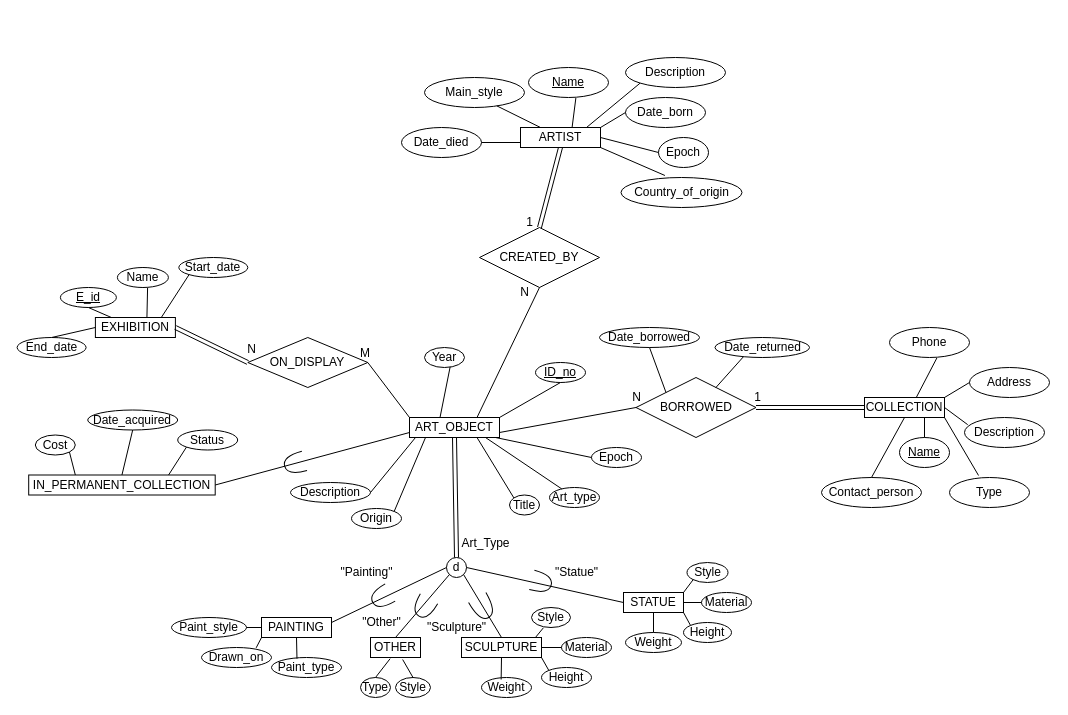
The draw.io diagram database design folder/ERD Diagram.drawio in Maan-Khedr-ENSF-300/museum-project-chantae-katherine, before the edit. Source tidied: cells renumbered, new cells numbered last; positions are measured from the earlier drawing's top-left corner, leaving out a move shared by most shapes. Both pictures are drawn from the tidied source at 100%, with x=0, y=0 at pixel (17, 57).
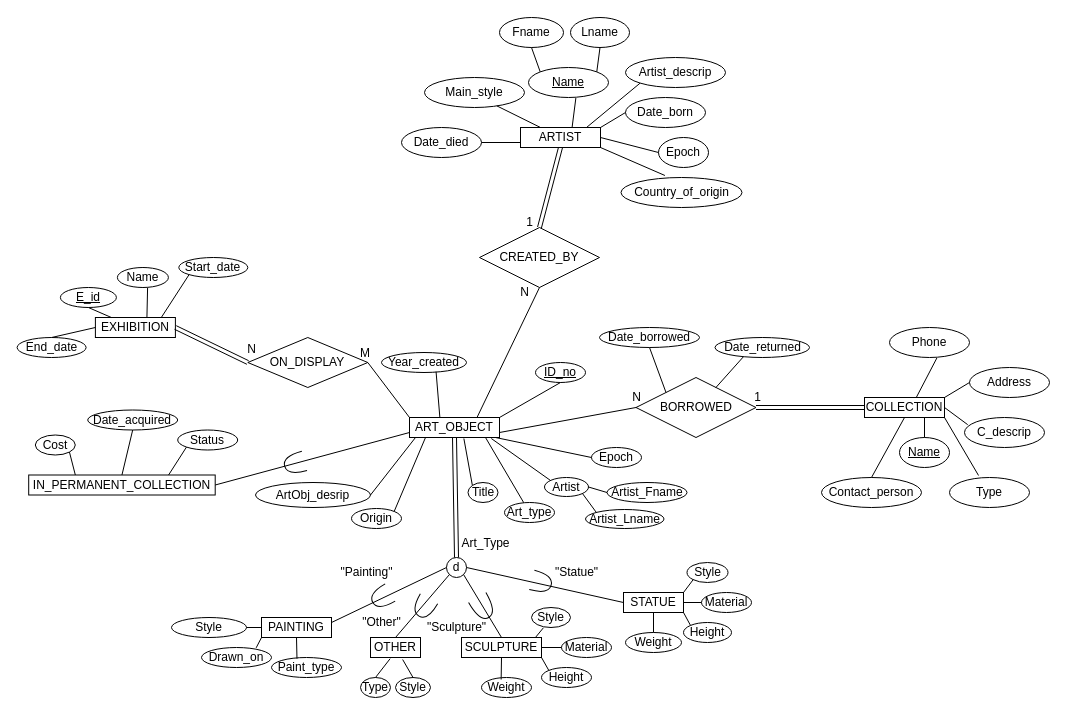
After the change.

Unchanged cells that the change refers to:
```xml
<mxCell id="2" value="ART_OBJECT" style="rounded=0;whiteSpace=wrap;html=1;" parent="1" vertex="1">
  <mxGeometry x="392" y="360" width="90" height="20" as="geometry" />
</mxCell>
<mxCell id="46" value="&lt;u&gt;Name&lt;/u&gt;" style="ellipse;whiteSpace=wrap;html=1;align=center;" parent="1" vertex="1">
  <mxGeometry x="511" y="10" width="80" height="30" as="geometry" />
</mxCell>
```

Change to the diagram source:
```diff
@@
-    <mxCell id="4" value="Year" style="ellipse;whiteSpace=wrap;html=1;align=center;" parent="1" vertex="1">
-      <mxGeometry x="407" y="290" width="40" height="20" as="geometry" />
+    <mxCell id="4" value="Year_created" style="ellipse;whiteSpace=wrap;html=1;align=center;" parent="1" vertex="1">
+      <mxGeometry x="364" y="295" width="85" height="20" as="geometry" />
     </mxCell>
     <mxCell id="5" value="Title" style="ellipse;whiteSpace=wrap;html=1;" parent="1" vertex="1">
-      <mxGeometry x="492" y="437.5" width="30" height="20" as="geometry" />
+      <mxGeometry x="450.5" y="425" width="30" height="20" as="geometry" />
     </mxCell>
-    <mxCell id="6" value="Description" style="ellipse;whiteSpace=wrap;html=1;" parent="1" vertex="1">
-      <mxGeometry x="273" y="425" width="80" height="20" as="geometry" />
+    <mxCell id="6" value="ArtObj_desrip" style="ellipse;whiteSpace=wrap;html=1;" parent="1" vertex="1">
+      <mxGeometry x="238" y="425" width="115" height="25" as="geometry" />
     </mxCell>
@@
-    <mxCell id="13" value="Paint_style" style="ellipse;whiteSpace=wrap;html=1;" parent="1" vertex="1">
+    <mxCell id="13" value="Style" style="ellipse;whiteSpace=wrap;html=1;" parent="1" vertex="1">
       <mxGeometry x="154" y="560" width="75" height="20" as="geometry" />
     </mxCell>
@@
-    <mxCell id="35" value="Description" style="ellipse;whiteSpace=wrap;html=1;align=center;" parent="1" vertex="1">
+    <mxCell id="35" value="C_descrip" style="ellipse;whiteSpace=wrap;html=1;align=center;" parent="1" vertex="1">
       <mxGeometry x="947" y="360" width="80" height="30" as="geometry" />
     </mxCell>
@@
-    <mxCell id="54" value="Description" style="ellipse;whiteSpace=wrap;html=1;align=center;" parent="1" vertex="1">
+    <mxCell id="54" value="Artist_descrip" style="ellipse;whiteSpace=wrap;html=1;align=center;" parent="1" vertex="1">
       <mxGeometry x="608" width="100" height="30" as="geometry" />
     </mxCell>
@@
     <mxCell id="63" value="Art_type" style="ellipse;whiteSpace=wrap;html=1;" parent="1" vertex="1">
-      <mxGeometry x="532" y="430" width="50" height="20" as="geometry" />
+      <mxGeometry x="487" y="445" width="50" height="20" as="geometry" />
     </mxCell>
@@
-    <mxCell id="75" style="endArrow=none;html=1;rounded=0;exitX=0.75;exitY=1;exitDx=0;exitDy=0;entryX=0;entryY=0;entryDx=0;entryDy=0;" parent="1" edge="1" source="2" target="5">
+    <mxCell id="75" style="endArrow=none;html=1;rounded=0;exitX=0.604;exitY=1.05;exitDx=0;exitDy=0;entryX=0;entryY=0;entryDx=0;entryDy=0;exitPerimeter=0;" parent="1" edge="1" source="2" target="5">
       <mxGeometry relative="1" as="geometry" />
     </mxCell>
@@
+    <mxCell id="127" value="Fname" style="ellipse;whiteSpace=wrap;html=1;" parent="1" vertex="1">
+      <mxGeometry x="482" y="-40" width="64" height="30" as="geometry" />
+    </mxCell>
+    <mxCell id="128" value="Lname" style="ellipse;whiteSpace=wrap;html=1;" parent="1" vertex="1">
+      <mxGeometry x="553" y="-40" width="59" height="30" as="geometry" />
+    </mxCell>
+    <mxCell id="129" style="endArrow=none;html=1;rounded=0;entryX=0.5;entryY=1;entryDx=0;entryDy=0;exitX=0;exitY=0;exitDx=0;exitDy=0;" parent="1" edge="1" source="46" target="127">
+      <mxGeometry relative="1" as="geometry" />
+    </mxCell>
+    <mxCell id="130" style="endArrow=none;html=1;rounded=0;entryX=0.5;entryY=1;entryDx=0;entryDy=0;exitX=1;exitY=0;exitDx=0;exitDy=0;" parent="1" edge="1" source="46" target="128">
+      <mxGeometry relative="1" as="geometry" />
+    </mxCell>
+    <mxCell id="131" value="Artist" style="ellipse;whiteSpace=wrap;html=1;" parent="1" vertex="1">
+      <mxGeometry x="527" y="420" width="44" height="19" as="geometry" />
+    </mxCell>
+    <mxCell id="132" style="endArrow=none;html=1;rounded=0;exitX=0;exitY=0;exitDx=0;exitDy=0;entryX=0.909;entryY=1.05;entryDx=0;entryDy=0;entryPerimeter=0;" parent="1" edge="1" source="131" target="2">
+      <mxGeometry relative="1" as="geometry" />
+    </mxCell>
+    <mxCell id="133" value="Artist_Fname" style="ellipse;whiteSpace=wrap;html=1;" parent="1" vertex="1">
+      <mxGeometry x="589.5" y="425" width="80" height="20" as="geometry" />
+    </mxCell>
+    <mxCell id="134" value="Artist_Lname" style="ellipse;whiteSpace=wrap;html=1;" parent="1" vertex="1">
+      <mxGeometry x="568" y="452" width="78.5" height="19" as="geometry" />
+    </mxCell>
+    <mxCell id="135" style="endArrow=none;html=1;rounded=0;entryX=0;entryY=0.5;entryDx=0;entryDy=0;exitX=1;exitY=0.5;exitDx=0;exitDy=0;" parent="1" edge="1" source="131" target="133">
+      <mxGeometry relative="1" as="geometry" />
+    </mxCell>
+    <mxCell id="136" style="endArrow=none;html=1;rounded=0;entryX=1;entryY=1;entryDx=0;entryDy=0;exitX=0;exitY=0;exitDx=0;exitDy=0;" parent="1" edge="1" source="134" target="131">
+      <mxGeometry relative="1" as="geometry" />
+    </mxCell>
```
